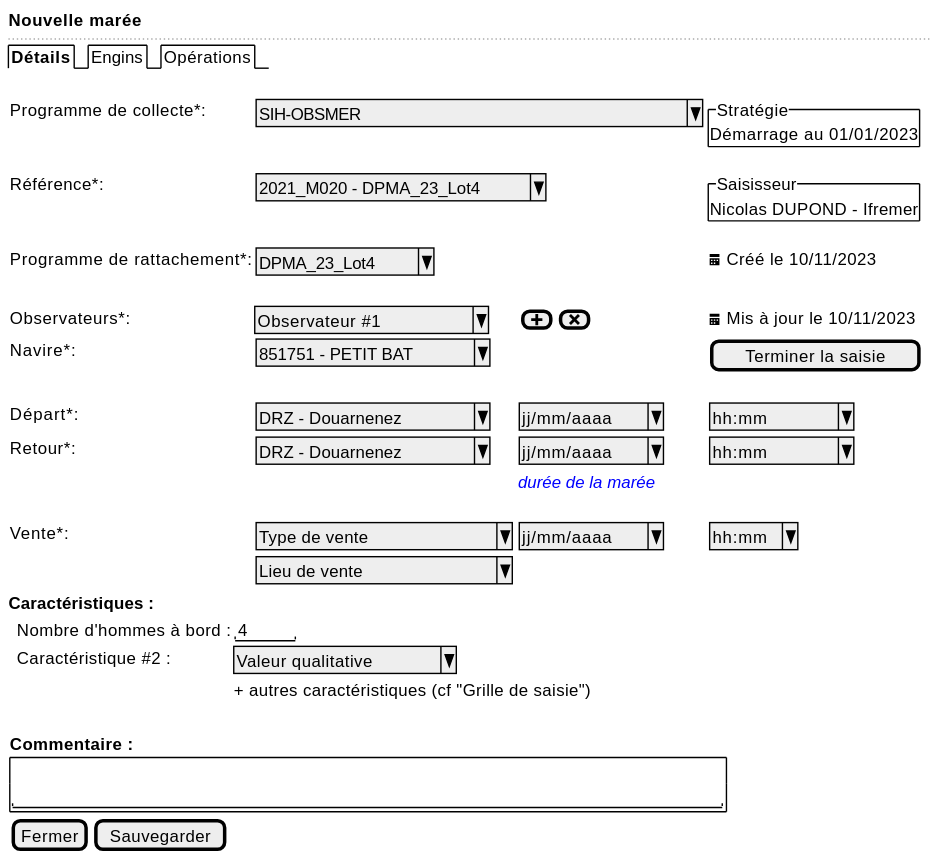
Above: projects/obsmer/spe/images/trip-new.svg in sumaris-net/sumaris-doc (PlantUML), before the change. Its source is kept beside it as projects/obsmer/spe/images/trip-new.puml.
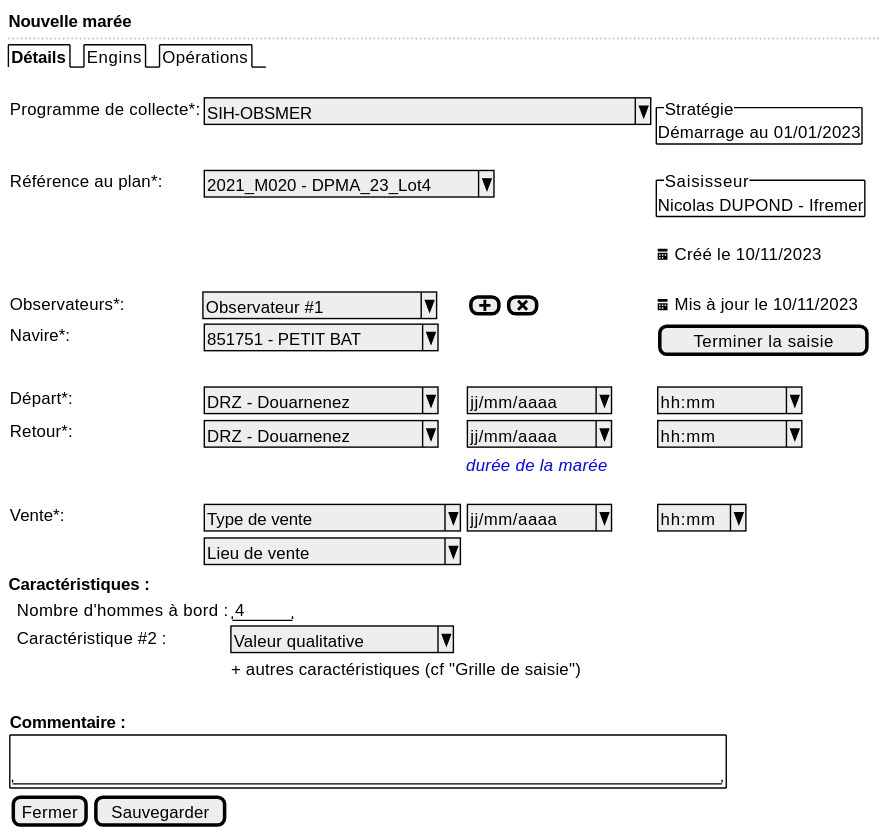
After the commit.

Commit message:
[enh] Change on screen trip new

Diff of the diagram source:
```diff
@@ -9,10 +9,10 @@
       Programme de collecte*:    | { ^SIH-OBSMER                            ^ } | * {^"Stratégie"
 Démarrage au 01/01/2023 }
 
-      Référence*:  | { ^2021_M020 - DPMA_23_Lot4^ }  | * | {^"Saisisseur"
+      Référence au plan*:  | { ^2021_M020 - DPMA_23_Lot4^ }  | * | {^"Saisisseur"
                                                                                                                    Nicolas DUPOND - Ifremer  } |.
 
-      Programme de rattachement*: | { ^ DPMA_23_Lot4 ^ } |  . | <&calendar> Créé le 10/11/2023
+      . | . |  . | <&calendar> Créé le 10/11/2023
       .
       Observateurs*:            | ^ Observateur #1    ^ | { [<&plus>] | [<&x>] } | <&calendar> Mis à jour le 10/11/2023
 
```
